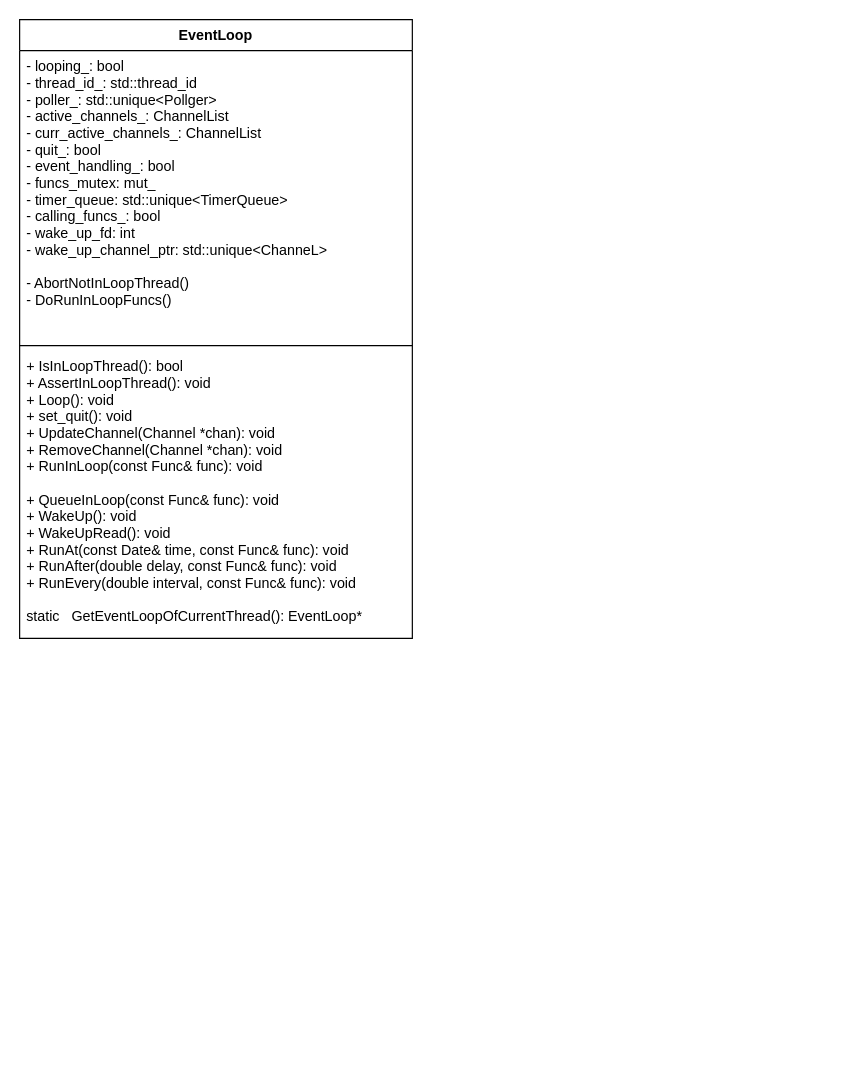
zll600/water keeps this draw.io diagram as img/Reactor.drawio. Above is the earlier version. Source tidied: cells renumbered, new cells numbered last; positions are measured from the earlier drawing's top-left corner, leaving out a move shared by most shapes. Both pictures are drawn from the tidied source at 119%, with x=0, y=0 at pixel (19, 19).
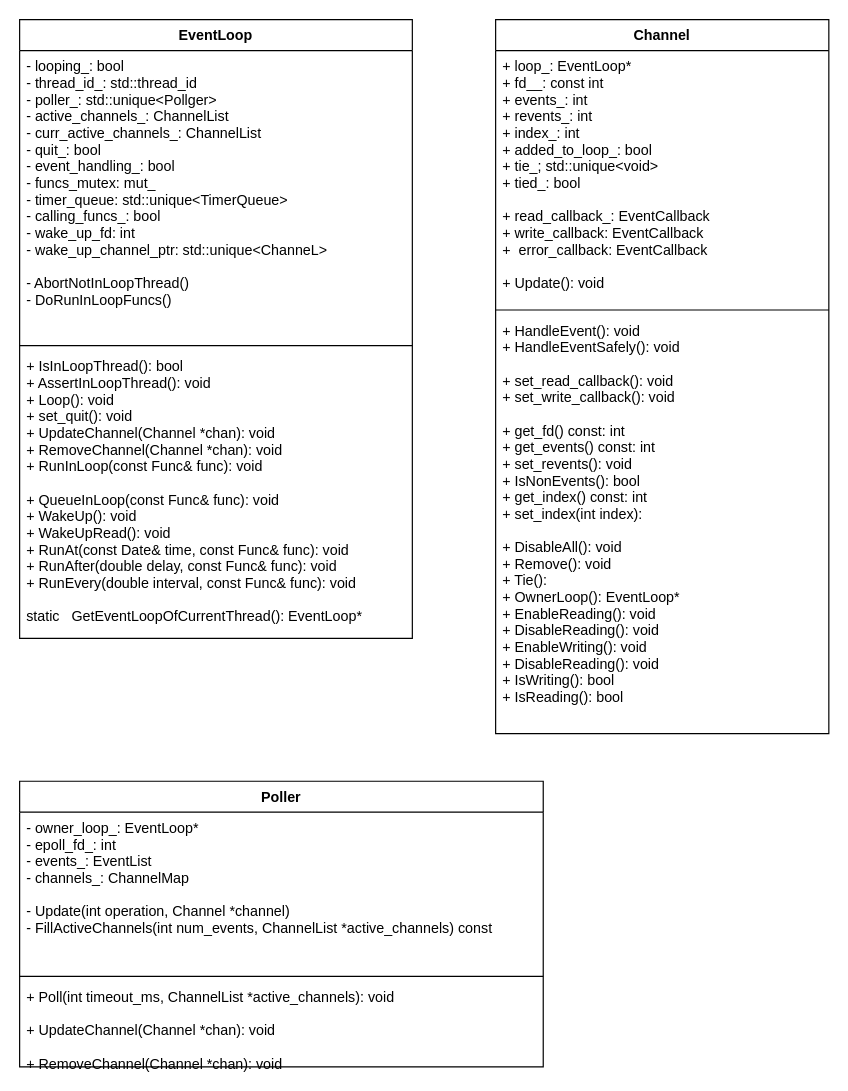
The same diagram, later.

Commit message:
Update Reactor.drawio add water::Channel and water::Poller

Change to the diagram source:
```diff
@@
 <mxGraphModel>
   <root>
     <mxCell id="0" />
     <mxCell id="1" parent="0" />
     <mxCell id="2" value="EventLoop" style="swimlane;fontStyle=1;align=center;verticalAlign=top;horizontal=1;startSize=26;" parent="1" vertex="1">
       <mxGeometry width="330" height="520" as="geometry" />
     </mxCell>
     <mxCell id="3" value="- looping_: bool&#10;- thread_id_: std::thread_id&#10;- poller_: std::unique&lt;Pollger&gt;&#10;- active_channels_: ChannelList&#10;- curr_active_channels_: ChannelList&#10;- quit_: bool&#10;- event_handling_: bool&#10;- funcs_mutex: mut_&#10;- timer_queue: std::unique&lt;TimerQueue&gt;&#10;- calling_funcs_: bool&#10;- wake_up_fd: int&#10;- wake_up_channel_ptr: std::unique&lt;ChanneL&gt;&#10;&#10;- AbortNotInLoopThread()&#10;- DoRunInLoopFuncs()&#10;" style="text;strokeColor=none;fillColor=none;align=left;verticalAlign=top;spacingLeft=4;spacingRight=4;overflow=hidden;" parent="2" vertex="1">
       <mxGeometry y="26" width="330" height="244" as="geometry" />
     </mxCell>
     <mxCell id="4" style="line;strokeWidth=1;fillColor=none;align=left;verticalAlign=middle;spacingTop=-1;spacingLeft=3;spacingRight=3;labelPosition=right;" parent="2" vertex="1">
       <mxGeometry y="270" width="330" height="8" as="geometry" />
     </mxCell>
     <mxCell id="5" value="+ IsInLoopThread(): bool&#10;+ AssertInLoopThread(): void&#10;+ Loop(): void&#10;+ set_quit(): void&#10;+ UpdateChannel(Channel *chan): void&#10;+ RemoveChannel(Channel *chan): void&#10;+ RunInLoop(const Func&amp; func): void&#10;&#10;+ QueueInLoop(const Func&amp; func): void&#10;+ WakeUp(): void&#10;+ WakeUpRead(): void&#10;+ RunAt(const Date&amp; time, const Func&amp; func): void&#10;+ RunAfter(double delay, const Func&amp; func): void&#10;+ RunEvery(double interval, const Func&amp; func): void&#10;&#10;static   GetEventLoopOfCurrentThread(): EventLoop*&#10;" style="text;strokeColor=none;fillColor=none;align=left;verticalAlign=top;spacingLeft=4;spacingRight=4;overflow=hidden;" parent="2" vertex="1">
       <mxGeometry y="278" width="330" height="242" as="geometry" />
     </mxCell>
+    <mxCell id="6" value="Channel" style="swimlane;fontStyle=1;align=center;verticalAlign=top;horizontal=1;startSize=26;" parent="1" vertex="1">
+      <mxGeometry x="400" width="280" height="600" as="geometry" />
+    </mxCell>
+    <mxCell id="7" value="+ loop_: EventLoop*&#10;+ fd__: const int&#10;+ events_: int&#10;+ revents_: int&#10;+ index_: int&#10;+ added_to_loop_: bool&#10;+ tie_; std::unique&lt;void&gt;&#10;+ tied_: bool&#10;&#10;+ read_callback_: EventCallback&#10;+ write_callback: EventCallback&#10;+  error_callback: EventCallback&#10;&#10;+ Update(): void&#10;" style="text;strokeColor=none;fillColor=none;align=left;verticalAlign=top;spacingLeft=4;spacingRight=4;overflow=hidden;" parent="6" vertex="1">
+      <mxGeometry y="26" width="280" height="214" as="geometry" />
+    </mxCell>
+    <mxCell id="8" style="line;strokeWidth=1;fillColor=none;align=left;verticalAlign=middle;spacingTop=-1;spacingLeft=3;spacingRight=3;labelPosition=right;" parent="6" vertex="1">
+      <mxGeometry y="240" width="280" height="8" as="geometry" />
+    </mxCell>
+    <mxCell id="9" value="+ HandleEvent(): void&#10;+ HandleEventSafely(): void&#10;&#10;+ set_read_callback(): void&#10;+ set_write_callback(): void&#10;&#10;+ get_fd() const: int&#10;+ get_events() const: int&#10;+ set_revents(): void&#10;+ IsNonEvents(): bool&#10;+ get_index() const: int&#10;+ set_index(int index): &#10;&#10;+ DisableAll(): void&#10;+ Remove(): void&#10;+ Tie(): &#10;+ OwnerLoop(): EventLoop*&#10;+ EnableReading(): void&#10;+ DisableReading(): void&#10;+ EnableWriting(): void&#10;+ DisableReading(): void&#10;+ IsWriting(): bool&#10;+ IsReading(): bool&#10;" style="text;strokeColor=none;fillColor=none;align=left;verticalAlign=top;spacingLeft=4;spacingRight=4;overflow=hidden;" parent="6" vertex="1">
+      <mxGeometry y="248" width="280" height="352" as="geometry" />
+    </mxCell>
+    <mxCell id="10" value="Poller" style="swimlane;fontStyle=1;align=center;verticalAlign=top;horizontal=1;startSize=26;" parent="1" vertex="1">
+      <mxGeometry y="640" width="440" height="240" as="geometry" />
+    </mxCell>
+    <mxCell id="11" value="- owner_loop_: EventLoop*&#10;- epoll_fd_: int&#10;- events_: EventList&#10;- channels_: ChannelMap&#10;&#10;- Update(int operation, Channel *channel)&#10;- FillActiveChannels(int num_events, ChannelList *active_channels) const&#10;" style="text;strokeColor=none;fillColor=none;align=left;verticalAlign=top;spacingLeft=4;spacingRight=4;overflow=hidden;" parent="10" vertex="1">
+      <mxGeometry y="26" width="440" height="134" as="geometry" />
+    </mxCell>
+    <mxCell id="12" style="line;strokeWidth=1;fillColor=none;align=left;verticalAlign=middle;spacingTop=-1;spacingLeft=3;spacingRight=3;labelPosition=right;" parent="10" vertex="1">
+      <mxGeometry y="160" width="440" height="8" as="geometry" />
+    </mxCell>
+    <mxCell id="13" value="+ Poll(int timeout_ms, ChannelList *active_channels): void&#10;&#10;+ UpdateChannel(Channel *chan): void&#10;&#10;+ RemoveChannel(Channel *chan): void&#10;" style="text;strokeColor=none;fillColor=none;align=left;verticalAlign=top;spacingLeft=4;spacingRight=4;overflow=hidden;" parent="10" vertex="1">
+      <mxGeometry y="168" width="440" height="72" as="geometry" />
+    </mxCell>
   </root>
 </mxGraphModel>
```
